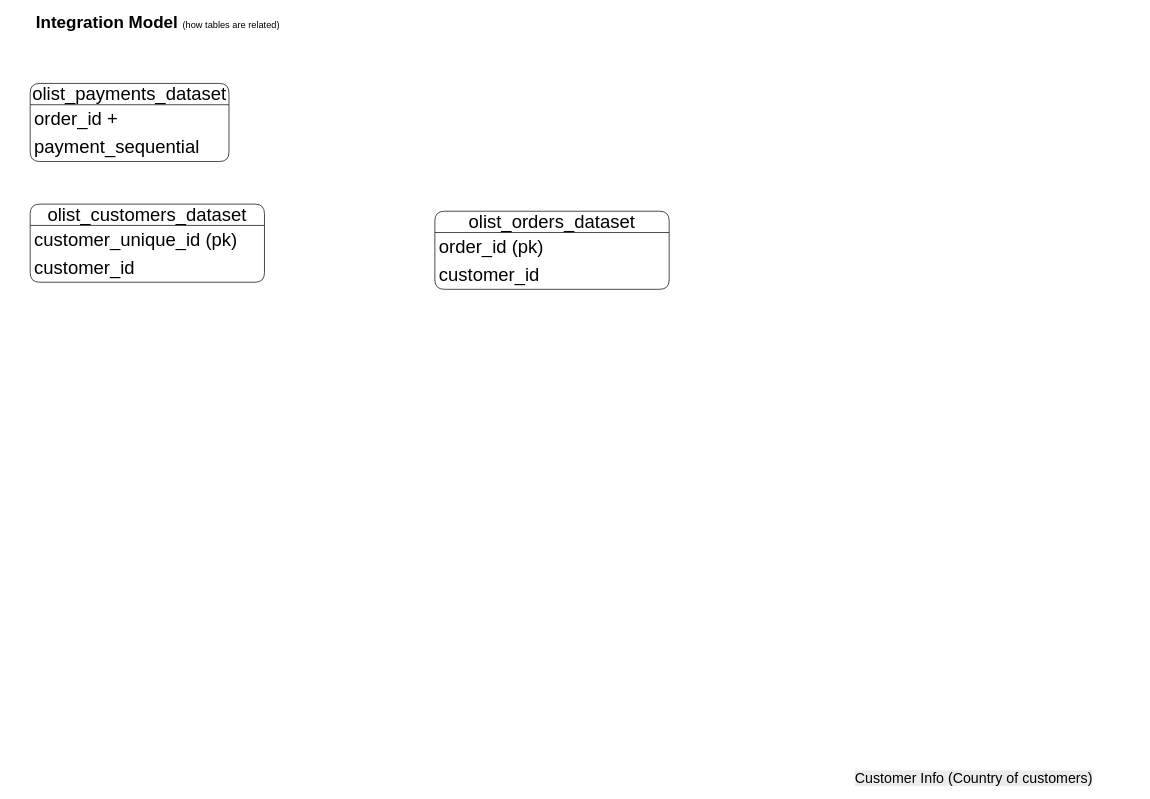
This is documents/integration_diagram_brazilian.drawio from crisn2blink/Brazilian-E-Commerce-Data-Modeling-Project, a draw.io file, before an edit. Source tidied: cells renumbered, new cells numbered last; positions are measured from the earlier drawing's top-left corner, leaving out a move shared by most shapes. Both pictures are drawn from the tidied source at 71%, with x=0, y=0 at pixel (12, 12).
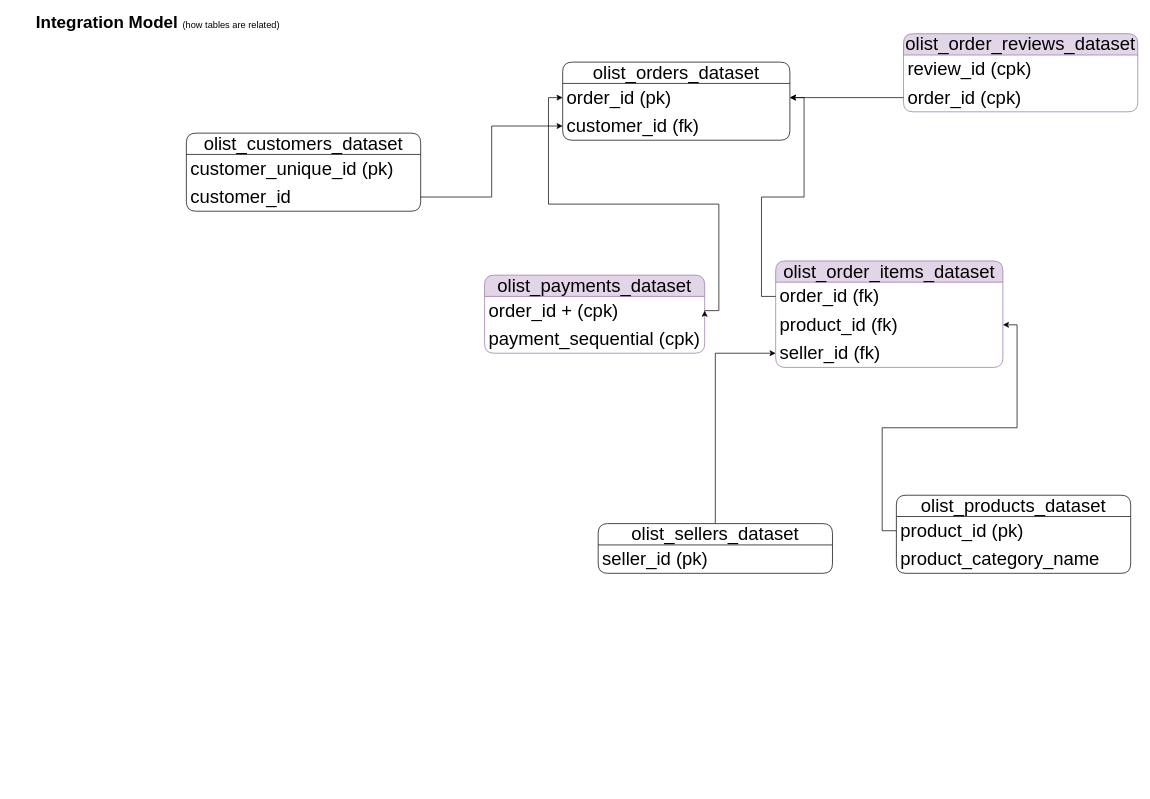
The same page after the edit.

Commit message (it also covers changes not shown here):
Starting silver layer

1. Finished the integration diagram
2. Created the silver query script

Unchanged cells that the change refers to:
```xml
<mxCell id="9" value="customer_id" style="text;strokeColor=none;fillColor=none;align=left;verticalAlign=middle;spacingLeft=4;spacingRight=4;overflow=hidden;points=[[0,0.5],[1,0.5]];portConstraint=eastwest;whiteSpace=wrap;html=1;fontSize=26;" parent="7" vertex="1">
  <mxGeometry y="70" width="330" height="40" as="geometry" />
</mxCell>
```

Diff of the diagram source:
```diff
@@
-    <mxCell id="3" value="olist_payments_dataset" style="swimlane;fontStyle=0;horizontal=1;startSize=30;whiteSpace=wrap;html=1;rounded=1;fontSize=26;" parent="1" vertex="1">
-      <mxGeometry x="25" y="100" width="280" height="110" as="geometry" />
+    <mxCell id="3" value="olist_payments_dataset" style="swimlane;fontStyle=0;horizontal=1;startSize=30;whiteSpace=wrap;html=1;rounded=1;fontSize=26;fillColor=#e1d5e7;strokeColor=#9673a6;" parent="1" vertex="1">
+      <mxGeometry x="665" y="370" width="310" height="110" as="geometry" />
     </mxCell>
-    <mxCell id="4" value="order_id +" style="text;strokeColor=none;fillColor=none;align=left;verticalAlign=middle;spacingLeft=4;spacingRight=4;overflow=hidden;points=[[0,0.5],[1,0.5]];portConstraint=eastwest;whiteSpace=wrap;html=1;fontSize=26;" parent="3" vertex="1">
-      <mxGeometry y="30" width="280" height="40" as="geometry" />
+    <mxCell id="4" value="order_id + (cpk)" style="text;strokeColor=none;fillColor=none;align=left;verticalAlign=middle;spacingLeft=4;spacingRight=4;overflow=hidden;points=[[0,0.5],[1,0.5]];portConstraint=eastwest;whiteSpace=wrap;html=1;fontSize=26;" parent="3" vertex="1">
+      <mxGeometry y="30" width="310" height="40" as="geometry" />
     </mxCell>
-    <mxCell id="5" value="payment_sequential" style="text;strokeColor=none;fillColor=none;align=left;verticalAlign=middle;spacingLeft=4;spacingRight=4;overflow=hidden;whiteSpace=wrap;html=1;fontSize=26;" parent="3" vertex="1">
-      <mxGeometry y="70" width="280" height="40" as="geometry" />
+    <mxCell id="5" value="payment_sequential (cpk)" style="text;strokeColor=none;fillColor=none;align=left;verticalAlign=middle;spacingLeft=4;spacingRight=4;overflow=hidden;whiteSpace=wrap;html=1;fontSize=26;" parent="3" vertex="1">
+      <mxGeometry y="70" width="310" height="40" as="geometry" />
     </mxCell>
-    <mxCell id="6" value="&lt;span style=&quot;color: rgb(0, 0, 0); font-family: Helvetica; font-size: 20px; font-style: normal; font-variant-ligatures: normal; font-variant-caps: normal; font-weight: 400; letter-spacing: normal; orphans: 2; text-align: center; text-indent: 0px; text-transform: none; widows: 2; word-spacing: 0px; -webkit-text-stroke-width: 0px; white-space: normal; background-color: rgb(236, 236, 236); text-decoration-thickness: initial; text-decoration-style: initial; text-decoration-color: initial; display: inline !important; float: none;&quot;&gt;Customer Info (Country of customers)&lt;/span&gt;" style="text;whiteSpace=wrap;html=1;" parent="1" vertex="1">
-      <mxGeometry x="1185" y="1060" width="340" height="30" as="geometry" />
-    </mxCell>
+    <mxCell id="13" style="edgeStyle=orthogonalEdgeStyle;rounded=0;jettySize=auto;html=1;exitX=1;exitY=0.5;exitDx=0;exitDy=0;entryX=1;entryY=0.5;entryDx=0;entryDy=0;" parent="3" edge="1" source="3" target="4">
+      <mxGeometry relative="1" as="geometry" />
+    </mxCell>
     <mxCell id="7" value="olist_customers_dataset" style="swimlane;fontStyle=0;horizontal=1;startSize=30;whiteSpace=wrap;html=1;rounded=1;fontSize=26;" parent="1" vertex="1">
-      <mxGeometry x="25" y="270" width="330" height="110" as="geometry" />
+      <mxGeometry x="245" y="170" width="330" height="110" as="geometry" />
     </mxCell>
@@
     <mxCell id="10" value="olist_orders_dataset" style="swimlane;fontStyle=0;horizontal=1;startSize=30;whiteSpace=wrap;html=1;rounded=1;fontSize=26;" parent="1" vertex="1">
-      <mxGeometry x="595" y="280" width="330" height="110" as="geometry" />
+      <mxGeometry x="775" y="70" width="320" height="110" as="geometry" />
     </mxCell>
     <mxCell id="11" value="order_id (pk)" style="text;strokeColor=none;fillColor=none;align=left;verticalAlign=middle;spacingLeft=4;spacingRight=4;overflow=hidden;points=[[0,0.5],[1,0.5]];portConstraint=eastwest;whiteSpace=wrap;html=1;fontSize=26;" parent="10" vertex="1">
-      <mxGeometry y="30" width="330" height="40" as="geometry" />
+      <mxGeometry y="30" width="320" height="40" as="geometry" />
     </mxCell>
-    <mxCell id="12" value="customer_id" style="text;strokeColor=none;fillColor=none;align=left;verticalAlign=middle;spacingLeft=4;spacingRight=4;overflow=hidden;points=[[0,0.5],[1,0.5]];portConstraint=eastwest;whiteSpace=wrap;html=1;fontSize=26;" parent="10" vertex="1">
-      <mxGeometry y="70" width="330" height="40" as="geometry" />
+    <mxCell id="12" value="customer_id (fk)" style="text;strokeColor=none;fillColor=none;align=left;verticalAlign=middle;spacingLeft=4;spacingRight=4;overflow=hidden;points=[[0,0.5],[1,0.5]];portConstraint=eastwest;whiteSpace=wrap;html=1;fontSize=26;" parent="10" vertex="1">
+      <mxGeometry y="70" width="320" height="40" as="geometry" />
     </mxCell>
+    <mxCell id="14" style="edgeStyle=orthogonalEdgeStyle;rounded=0;jettySize=auto;html=1;" parent="1" edge="1" source="9" target="12">
+      <mxGeometry relative="1" as="geometry" />
+    </mxCell>
+    <mxCell id="15" style="edgeStyle=orthogonalEdgeStyle;rounded=0;jettySize=auto;html=1;" parent="1" edge="1" source="4" target="11">
+      <mxGeometry relative="1" as="geometry" />
+    </mxCell>
+    <mxCell id="16" value="olist_order_items_dataset" style="swimlane;fontStyle=0;horizontal=1;startSize=30;whiteSpace=wrap;html=1;rounded=1;fontSize=26;fillColor=#e1d5e7;strokeColor=#9673a6;" parent="1" vertex="1">
+      <mxGeometry x="1075" y="350" width="320" height="150" as="geometry" />
+    </mxCell>
+    <mxCell id="17" value="order_id (fk)" style="text;strokeColor=none;fillColor=none;align=left;verticalAlign=middle;spacingLeft=4;spacingRight=4;overflow=hidden;points=[[0,0.5],[1,0.5]];portConstraint=eastwest;whiteSpace=wrap;html=1;fontSize=26;" parent="16" vertex="1">
+      <mxGeometry y="30" width="320" height="40" as="geometry" />
+    </mxCell>
+    <mxCell id="18" value="product_id (fk)" style="text;strokeColor=none;fillColor=none;align=left;verticalAlign=middle;spacingLeft=4;spacingRight=4;overflow=hidden;points=[[0,0.5],[1,0.5]];portConstraint=eastwest;whiteSpace=wrap;html=1;fontSize=26;" parent="16" vertex="1">
+      <mxGeometry y="70" width="320" height="40" as="geometry" />
+    </mxCell>
+    <mxCell id="19" value="seller_id (fk)" style="text;strokeColor=none;fillColor=none;align=left;verticalAlign=middle;spacingLeft=4;spacingRight=4;overflow=hidden;points=[[0,0.5],[1,0.5]];portConstraint=eastwest;whiteSpace=wrap;html=1;fontSize=26;" parent="16" vertex="1">
+      <mxGeometry y="110" width="320" height="40" as="geometry" />
+    </mxCell>
+    <mxCell id="20" style="edgeStyle=orthogonalEdgeStyle;rounded=0;jettySize=auto;html=1;" parent="1" edge="1" source="17" target="11">
+      <mxGeometry relative="1" as="geometry" />
+    </mxCell>
+    <mxCell id="21" value="olist_order_reviews_dataset" style="swimlane;fontStyle=0;horizontal=1;startSize=30;whiteSpace=wrap;html=1;rounded=1;fontSize=26;fillColor=#e1d5e7;strokeColor=#9673a6;" parent="1" vertex="1">
+      <mxGeometry x="1255" y="30" width="330" height="110" as="geometry" />
+    </mxCell>
+    <mxCell id="22" value="review_id (cpk)" style="text;strokeColor=none;fillColor=none;align=left;verticalAlign=middle;spacingLeft=4;spacingRight=4;overflow=hidden;whiteSpace=wrap;html=1;fontSize=26;" parent="21" vertex="1">
+      <mxGeometry y="30" width="330" height="40" as="geometry" />
+    </mxCell>
+    <mxCell id="23" value="order_id (cpk)" style="text;strokeColor=none;fillColor=none;align=left;verticalAlign=middle;spacingLeft=4;spacingRight=4;overflow=hidden;points=[[0,0.5],[1,0.5]];portConstraint=eastwest;whiteSpace=wrap;html=1;fontSize=26;" parent="21" vertex="1">
+      <mxGeometry y="70" width="330" height="40" as="geometry" />
+    </mxCell>
+    <mxCell id="24" style="edgeStyle=orthogonalEdgeStyle;rounded=0;jettySize=auto;html=1;" parent="1" edge="1" source="23" target="11">
+      <mxGeometry relative="1" as="geometry" />
+    </mxCell>
+    <mxCell id="25" value="olist_products_dataset" style="swimlane;fontStyle=0;horizontal=1;startSize=30;whiteSpace=wrap;html=1;rounded=1;fontSize=26;" parent="1" vertex="1">
+      <mxGeometry x="1245" y="680" width="330" height="110" as="geometry" />
+    </mxCell>
+    <mxCell id="26" value="product_id (pk)" style="text;strokeColor=none;fillColor=none;align=left;verticalAlign=middle;spacingLeft=4;spacingRight=4;overflow=hidden;points=[[0,0.5],[1,0.5]];portConstraint=eastwest;whiteSpace=wrap;html=1;fontSize=26;" parent="25" vertex="1">
+      <mxGeometry y="30" width="330" height="40" as="geometry" />
+    </mxCell>
+    <mxCell id="27" value="product_category_name" style="text;strokeColor=none;fillColor=none;align=left;verticalAlign=middle;spacingLeft=4;spacingRight=4;overflow=hidden;whiteSpace=wrap;html=1;fontSize=26;" parent="25" vertex="1">
+      <mxGeometry y="70" width="330" height="40" as="geometry" />
+    </mxCell>
+    <mxCell id="28" style="edgeStyle=orthogonalEdgeStyle;rounded=0;jettySize=auto;html=1;entryX=1;entryY=0.5;entryDx=0;entryDy=0;" parent="1" edge="1" source="26" target="18">
+      <mxGeometry relative="1" as="geometry" />
+    </mxCell>
+    <mxCell id="29" style="edgeStyle=orthogonalEdgeStyle;rounded=0;jettySize=auto;html=1;" parent="1" edge="1" source="30" target="19">
+      <mxGeometry relative="1" as="geometry" />
+    </mxCell>
+    <mxCell id="30" value="olist_sellers_dataset" style="swimlane;fontStyle=0;horizontal=1;startSize=30;whiteSpace=wrap;html=1;rounded=1;fontSize=26;" parent="1" vertex="1">
+      <mxGeometry x="825" y="720" width="330" height="70" as="geometry" />
+    </mxCell>
+    <mxCell id="31" value="seller_id (pk)" style="text;strokeColor=none;fillColor=none;align=left;verticalAlign=middle;spacingLeft=4;spacingRight=4;overflow=hidden;whiteSpace=wrap;html=1;fontSize=26;" parent="30" vertex="1">
+      <mxGeometry y="30" width="330" height="40" as="geometry" />
+    </mxCell>
```
